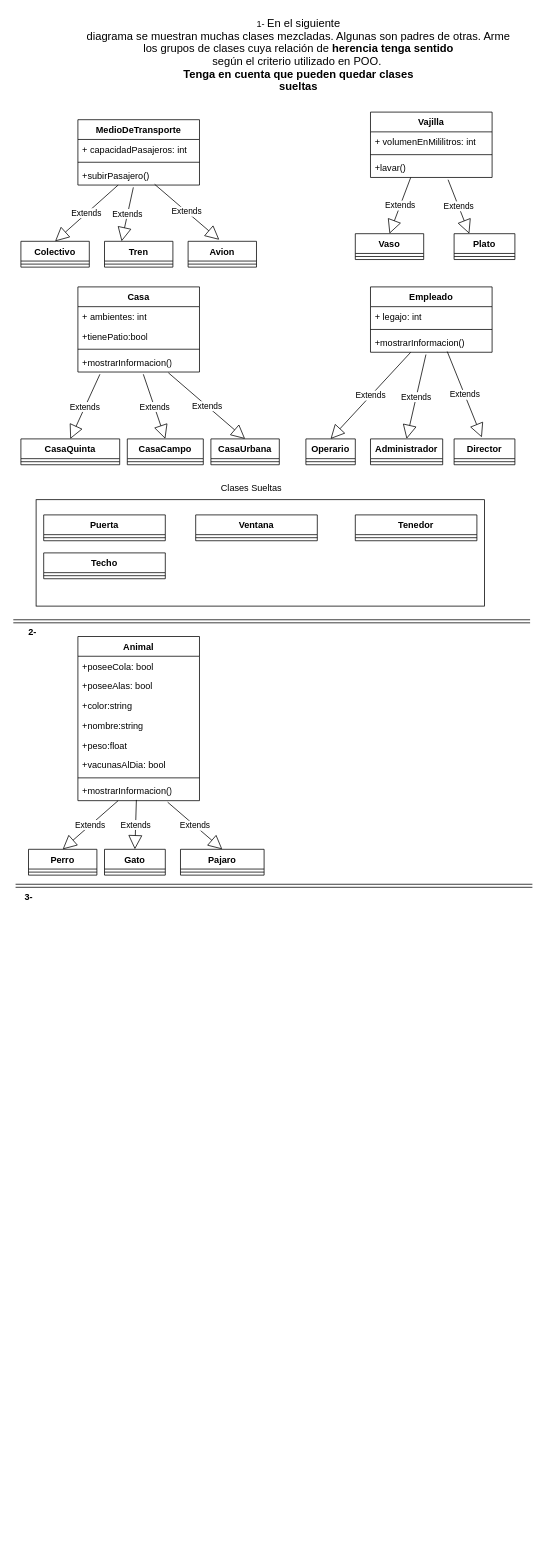
This is OrdenarClases.drawio from monick96/diagramasVarios, a draw.io file, before an edit. Source tidied: cells renumbered, new cells numbered last; positions are measured from the earlier drawing's top-left corner, leaving out a move shared by most shapes. Both pictures are drawn from the tidied source at 76%, with x=0, y=0 at pixel (13, 13).
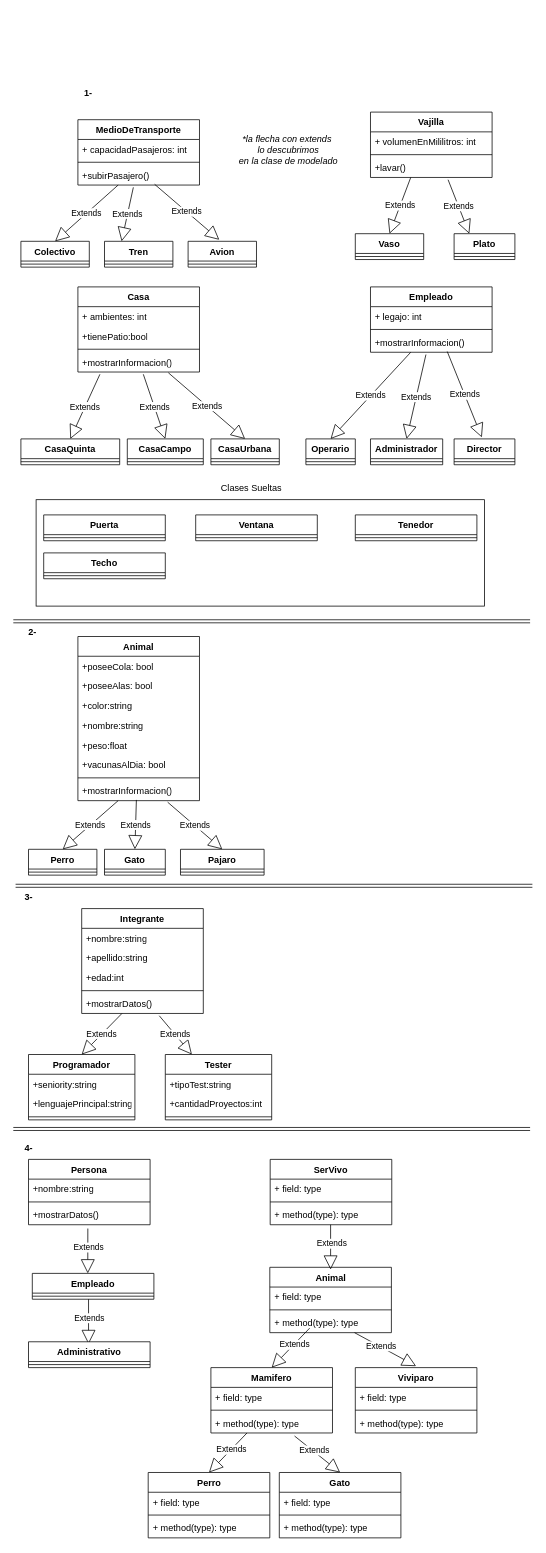
Above is the later version.

What changed in the source:
```diff
@@
-    <mxCell id="62" value="1-&amp;nbsp;&lt;span style=&quot;font-size:11.0pt;line-height:115%;&lt;br/&gt;font-family:&amp;quot;Calibri&amp;quot;,&amp;quot;sans-serif&amp;quot;;mso-fareast-font-family:Calibri;mso-ansi-language:&lt;br/&gt;ES-AR;mso-fareast-language:ES-AR;mso-bidi-language:AR-SA&quot;&gt;En el siguiente&lt;br/&gt;diagrama se muestran muchas clases mezcladas. Algunas son padres de otras. Arme&lt;br/&gt;los grupos de clases cuya relación de &lt;b&gt;herencia&lt;/b&gt; &lt;b&gt;tenga&lt;/b&gt; &lt;b&gt;sentido&lt;/b&gt;&lt;br/&gt;según el criterio utilizado en POO.&amp;nbsp;&lt;/span&gt;&lt;div&gt;&lt;span style=&quot;font-size:11.0pt;line-height:115%;&lt;br/&gt;font-family:&amp;quot;Calibri&amp;quot;,&amp;quot;sans-serif&amp;quot;;mso-fareast-font-family:Calibri;mso-ansi-language:&lt;br/&gt;ES-AR;mso-fareast-language:ES-AR;mso-bidi-language:AR-SA&quot;&gt;&lt;b&gt;Tenga en cuenta que pueden quedar clases&lt;br/&gt;sueltas&lt;/b&gt;&lt;/span&gt;&lt;/div&gt;" style="text;html=1;align=center;verticalAlign=middle;strokeColor=none;fillColor=none;" parent="1" vertex="1">
-      <mxGeometry x="85" width="580" height="110" as="geometry" />
+    <mxCell id="62" value="&lt;b&gt;1-&amp;nbsp;&lt;/b&gt;" style="text;html=1;align=center;verticalAlign=middle;strokeColor=none;fillColor=none;" parent="1" vertex="1">
+      <mxGeometry x="80" y="90" width="40" height="30" as="geometry" />
     </mxCell>
@@
+    <mxCell id="85" value="Integrante" style="swimlane;fontStyle=1;align=center;verticalAlign=top;horizontal=1;startSize=26;whiteSpace=wrap;html=1;" parent="1" vertex="1">
+      <mxGeometry x="90" y="1178" width="160" height="138" as="geometry" />
+    </mxCell>
+    <mxCell id="86" value="+nombre:string" style="text;strokeColor=none;fillColor=none;align=left;verticalAlign=top;spacingLeft=4;spacingRight=4;overflow=hidden;whiteSpace=wrap;html=1;" parent="85" vertex="1">
+      <mxGeometry y="26" width="160" height="26" as="geometry" />
+    </mxCell>
+    <mxCell id="87" value="+apellido:string" style="text;strokeColor=none;fillColor=none;align=left;verticalAlign=top;spacingLeft=4;spacingRight=4;overflow=hidden;whiteSpace=wrap;html=1;" parent="85" vertex="1">
+      <mxGeometry y="52" width="160" height="26" as="geometry" />
+    </mxCell>
+    <mxCell id="88" value="+edad:int" style="text;strokeColor=none;fillColor=none;align=left;verticalAlign=top;spacingLeft=4;spacingRight=4;overflow=hidden;whiteSpace=wrap;html=1;" parent="85" vertex="1">
+      <mxGeometry y="78" width="160" height="26" as="geometry" />
+    </mxCell>
+    <mxCell id="89" style="line;strokeWidth=1;fillColor=none;align=left;verticalAlign=middle;spacingTop=-1;spacingLeft=3;spacingRight=3;labelPosition=right;strokeColor=inherit;" parent="85" vertex="1">
+      <mxGeometry y="104" width="160" height="8" as="geometry" />
+    </mxCell>
+    <mxCell id="90" value="+mostrarDatos()" style="text;strokeColor=none;fillColor=none;align=left;verticalAlign=top;spacingLeft=4;spacingRight=4;overflow=hidden;points=[[0,0.5],[1,0.5]];portConstraint=eastwest;whiteSpace=wrap;html=1;" parent="85" vertex="1">
+      <mxGeometry y="112" width="160" height="26" as="geometry" />
+    </mxCell>
+    <mxCell id="91" value="Programador" style="swimlane;fontStyle=1;align=center;verticalAlign=top;horizontal=1;startSize=26;whiteSpace=wrap;html=1;" parent="1" vertex="1">
+      <mxGeometry x="20" y="1370" width="140" height="86" as="geometry" />
+    </mxCell>
+    <mxCell id="92" value="+seniority:string" style="text;strokeColor=none;fillColor=none;align=left;verticalAlign=top;spacingLeft=4;spacingRight=4;overflow=hidden;whiteSpace=wrap;html=1;" parent="91" vertex="1">
+      <mxGeometry y="26" width="140" height="26" as="geometry" />
+    </mxCell>
+    <mxCell id="93" value="+lenguajePrincipal:string" style="text;strokeColor=none;fillColor=none;align=left;verticalAlign=top;spacingLeft=4;spacingRight=4;overflow=hidden;whiteSpace=wrap;html=1;" parent="91" vertex="1">
+      <mxGeometry y="52" width="140" height="26" as="geometry" />
+    </mxCell>
+    <mxCell id="94" style="line;strokeWidth=1;fillColor=none;align=left;verticalAlign=middle;spacingTop=-1;spacingLeft=3;spacingRight=3;labelPosition=right;strokeColor=inherit;" parent="91" vertex="1">
+      <mxGeometry y="78" width="140" height="8" as="geometry" />
+    </mxCell>
+    <mxCell id="95" value="Extends" style="endArrow=block;endSize=16;endFill=0;html=1;rounded=0;entryX=0.25;entryY=0;entryDx=0;entryDy=0;exitX=0.638;exitY=1.115;exitDx=0;exitDy=0;exitPerimeter=0;" parent="1" edge="1" source="90" target="96">
+      <mxGeometry relative="1" as="geometry" />
+    </mxCell>
+    <mxCell id="96" value="Tester" style="swimlane;fontStyle=1;align=center;verticalAlign=top;horizontal=1;startSize=26;whiteSpace=wrap;html=1;" parent="1" vertex="1">
+      <mxGeometry x="200" y="1370" width="140" height="86" as="geometry" />
+    </mxCell>
+    <mxCell id="97" value="+tipoTest:string" style="text;strokeColor=none;fillColor=none;align=left;verticalAlign=top;spacingLeft=4;spacingRight=4;overflow=hidden;whiteSpace=wrap;html=1;" parent="96" vertex="1">
+      <mxGeometry y="26" width="140" height="26" as="geometry" />
+    </mxCell>
+    <mxCell id="98" value="+cantidadProyectos:int" style="text;strokeColor=none;fillColor=none;align=left;verticalAlign=top;spacingLeft=4;spacingRight=4;overflow=hidden;whiteSpace=wrap;html=1;" parent="96" vertex="1">
+      <mxGeometry y="52" width="140" height="26" as="geometry" />
+    </mxCell>
+    <mxCell id="99" style="line;strokeWidth=1;fillColor=none;align=left;verticalAlign=middle;spacingTop=-1;spacingLeft=3;spacingRight=3;labelPosition=right;strokeColor=inherit;" parent="96" vertex="1">
+      <mxGeometry y="78" width="140" height="8" as="geometry" />
+    </mxCell>
+    <mxCell id="100" value="Extends" style="endArrow=block;endSize=16;endFill=0;html=1;rounded=0;entryX=0.5;entryY=0;entryDx=0;entryDy=0;exitX=0.331;exitY=1;exitDx=0;exitDy=0;exitPerimeter=0;" parent="1" edge="1" source="90" target="91">
+      <mxGeometry relative="1" as="geometry" />
+    </mxCell>
+    <mxCell id="101" value="&lt;i&gt;*la flecha con extends&lt;/i&gt;&lt;div&gt;&lt;i&gt;&amp;nbsp;lo descubrimos&lt;/i&gt;&lt;div&gt;&lt;i&gt;&amp;nbsp;en la clase de modelado&lt;/i&gt;&lt;/div&gt;&lt;/div&gt;" style="text;html=1;align=center;verticalAlign=middle;strokeColor=none;fillColor=none;" parent="1" vertex="1">
+      <mxGeometry x="280" y="150" width="160" height="60" as="geometry" />
+    </mxCell>
+    <mxCell id="102" style="shape=link;html=1;rounded=0;" parent="1" edge="1">
+      <mxGeometry relative="1" as="geometry">
+        <mxPoint y="1468" as="sourcePoint" />
+        <mxPoint x="680" y="1468" as="targetPoint" />
+      </mxGeometry>
+    </mxCell>
+    <mxCell id="103" value="&lt;b&gt;4-&lt;/b&gt;" style="text;html=1;align=center;verticalAlign=middle;strokeColor=none;fillColor=none;" parent="1" vertex="1">
+      <mxGeometry x="5" y="1478" width="30" height="30" as="geometry" />
+    </mxCell>
+    <mxCell id="104" value="Persona" style="swimlane;fontStyle=1;align=center;verticalAlign=top;horizontal=1;startSize=26;whiteSpace=wrap;html=1;" parent="1" vertex="1">
+      <mxGeometry x="20" y="1508" width="160" height="86" as="geometry" />
+    </mxCell>
+    <mxCell id="105" value="+nombre:string" style="text;strokeColor=none;fillColor=none;align=left;verticalAlign=top;spacingLeft=4;spacingRight=4;overflow=hidden;whiteSpace=wrap;html=1;" parent="104" vertex="1">
+      <mxGeometry y="26" width="160" height="26" as="geometry" />
+    </mxCell>
+    <mxCell id="106" style="line;strokeWidth=1;fillColor=none;align=left;verticalAlign=middle;spacingTop=-1;spacingLeft=3;spacingRight=3;labelPosition=right;strokeColor=inherit;" parent="104" vertex="1">
+      <mxGeometry y="52" width="160" height="8" as="geometry" />
+    </mxCell>
+    <mxCell id="107" value="+mostrarDatos()" style="text;strokeColor=none;fillColor=none;align=left;verticalAlign=top;spacingLeft=4;spacingRight=4;overflow=hidden;points=[[0,0.5],[1,0.5]];portConstraint=eastwest;whiteSpace=wrap;html=1;" parent="104" vertex="1">
+      <mxGeometry y="60" width="160" height="26" as="geometry" />
+    </mxCell>
+    <mxCell id="108" value="Extends" style="endArrow=block;endSize=16;endFill=0;html=1;rounded=0;exitX=0.488;exitY=1.192;exitDx=0;exitDy=0;exitPerimeter=0;" parent="1" edge="1" source="107">
+      <mxGeometry x="-0.16" y="1" relative="1" as="geometry">
+        <mxPoint x="98" y="1658" as="targetPoint" />
+      </mxGeometry>
+    </mxCell>
+    <mxCell id="109" value="Empleado" style="swimlane;fontStyle=1;align=center;verticalAlign=top;horizontal=1;startSize=26;whiteSpace=wrap;html=1;" parent="1" vertex="1">
+      <mxGeometry x="25" y="1658" width="160" height="34" as="geometry" />
+    </mxCell>
+    <mxCell id="110" style="line;strokeWidth=1;fillColor=none;align=left;verticalAlign=middle;spacingTop=-1;spacingLeft=3;spacingRight=3;labelPosition=right;strokeColor=inherit;" parent="109" vertex="1">
+      <mxGeometry y="26" width="160" height="8" as="geometry" />
+    </mxCell>
+    <mxCell id="111" value="Extends" style="endArrow=block;endSize=16;endFill=0;html=1;rounded=0;exitX=0.488;exitY=1.192;exitDx=0;exitDy=0;exitPerimeter=0;" parent="1" edge="1">
+      <mxGeometry x="-0.16" y="1" relative="1" as="geometry">
+        <mxPoint x="99" y="1692" as="sourcePoint" />
+        <mxPoint x="99" y="1751" as="targetPoint" />
+      </mxGeometry>
+    </mxCell>
+    <mxCell id="112" value="Administrativo" style="swimlane;fontStyle=1;align=center;verticalAlign=top;horizontal=1;startSize=26;whiteSpace=wrap;html=1;" parent="1" vertex="1">
+      <mxGeometry x="20" y="1748" width="160" height="34" as="geometry" />
+    </mxCell>
+    <mxCell id="113" style="line;strokeWidth=1;fillColor=none;align=left;verticalAlign=middle;spacingTop=-1;spacingLeft=3;spacingRight=3;labelPosition=right;strokeColor=inherit;" parent="112" vertex="1">
+      <mxGeometry y="26" width="160" height="8" as="geometry" />
+    </mxCell>
+    <mxCell id="114" value="SerVivo" style="swimlane;fontStyle=1;align=center;verticalAlign=top;horizontal=1;startSize=26;whiteSpace=wrap;html=1;" parent="1" vertex="1">
+      <mxGeometry x="338" y="1508" width="160" height="86" as="geometry" />
+    </mxCell>
+    <mxCell id="115" value="+ field: type" style="text;strokeColor=none;fillColor=none;align=left;verticalAlign=top;spacingLeft=4;spacingRight=4;overflow=hidden;whiteSpace=wrap;html=1;" parent="114" vertex="1">
+      <mxGeometry y="26" width="160" height="26" as="geometry" />
+    </mxCell>
+    <mxCell id="116" style="line;strokeWidth=1;fillColor=none;align=left;verticalAlign=middle;spacingTop=-1;spacingLeft=3;spacingRight=3;labelPosition=right;strokeColor=inherit;" parent="114" vertex="1">
+      <mxGeometry y="52" width="160" height="8" as="geometry" />
+    </mxCell>
+    <mxCell id="117" value="+ method(type): type" style="text;strokeColor=none;fillColor=none;align=left;verticalAlign=top;spacingLeft=4;spacingRight=4;overflow=hidden;whiteSpace=wrap;html=1;" parent="114" vertex="1">
+      <mxGeometry y="60" width="160" height="26" as="geometry" />
+    </mxCell>
+    <mxCell id="118" value="Animal" style="swimlane;fontStyle=1;align=center;verticalAlign=top;horizontal=1;startSize=26;whiteSpace=wrap;html=1;" parent="1" vertex="1">
+      <mxGeometry x="337.5" y="1650" width="160" height="86" as="geometry" />
+    </mxCell>
+    <mxCell id="119" value="+ field: type" style="text;strokeColor=none;fillColor=none;align=left;verticalAlign=top;spacingLeft=4;spacingRight=4;overflow=hidden;whiteSpace=wrap;html=1;" parent="118" vertex="1">
+      <mxGeometry y="26" width="160" height="26" as="geometry" />
+    </mxCell>
+    <mxCell id="120" style="line;strokeWidth=1;fillColor=none;align=left;verticalAlign=middle;spacingTop=-1;spacingLeft=3;spacingRight=3;labelPosition=right;strokeColor=inherit;" parent="118" vertex="1">
+      <mxGeometry y="52" width="160" height="8" as="geometry" />
+    </mxCell>
+    <mxCell id="121" value="+ method(type): type" style="text;strokeColor=none;fillColor=none;align=left;verticalAlign=top;spacingLeft=4;spacingRight=4;overflow=hidden;whiteSpace=wrap;html=1;" parent="118" vertex="1">
+      <mxGeometry y="60" width="160" height="26" as="geometry" />
+    </mxCell>
+    <mxCell id="122" value="Extends" style="endArrow=block;endSize=16;endFill=0;html=1;rounded=0;exitX=0.488;exitY=1.192;exitDx=0;exitDy=0;exitPerimeter=0;" parent="1" edge="1">
+      <mxGeometry x="-0.16" y="1" relative="1" as="geometry">
+        <mxPoint x="417.5" y="1594" as="sourcePoint" />
+        <mxPoint x="417.5" y="1653" as="targetPoint" />
+      </mxGeometry>
+    </mxCell>
+    <mxCell id="123" value="Mamifero" style="swimlane;fontStyle=1;align=center;verticalAlign=top;horizontal=1;startSize=26;whiteSpace=wrap;html=1;" parent="1" vertex="1">
+      <mxGeometry x="260" y="1782" width="160" height="86" as="geometry" />
+    </mxCell>
+    <mxCell id="124" value="Extends" style="endArrow=block;endSize=16;endFill=0;html=1;rounded=0;exitX=0.488;exitY=1.192;exitDx=0;exitDy=0;exitPerimeter=0;entryX=0.5;entryY=0;entryDx=0;entryDy=0;" parent="123" edge="1" target="123">
+      <mxGeometry x="-0.16" y="1" relative="1" as="geometry">
+        <mxPoint x="130" y="-52" as="sourcePoint" />
+      </mxGeometry>
+    </mxCell>
+    <mxCell id="125" value="+ field: type" style="text;strokeColor=none;fillColor=none;align=left;verticalAlign=top;spacingLeft=4;spacingRight=4;overflow=hidden;whiteSpace=wrap;html=1;" parent="123" vertex="1">
+      <mxGeometry y="26" width="160" height="26" as="geometry" />
+    </mxCell>
+    <mxCell id="126" style="line;strokeWidth=1;fillColor=none;align=left;verticalAlign=middle;spacingTop=-1;spacingLeft=3;spacingRight=3;labelPosition=right;strokeColor=inherit;" parent="123" vertex="1">
+      <mxGeometry y="52" width="160" height="8" as="geometry" />
+    </mxCell>
+    <mxCell id="127" value="+ method(type): type" style="text;strokeColor=none;fillColor=none;align=left;verticalAlign=top;spacingLeft=4;spacingRight=4;overflow=hidden;points=[[0,0.5],[1,0.5]];portConstraint=eastwest;whiteSpace=wrap;html=1;" parent="123" vertex="1">
+      <mxGeometry y="60" width="160" height="26" as="geometry" />
+    </mxCell>
+    <mxCell id="128" value="Viviparo" style="swimlane;fontStyle=1;align=center;verticalAlign=top;horizontal=1;startSize=26;whiteSpace=wrap;html=1;" parent="1" vertex="1">
+      <mxGeometry x="450" y="1782" width="160" height="86" as="geometry" />
+    </mxCell>
+    <mxCell id="129" value="+ field: type" style="text;strokeColor=none;fillColor=none;align=left;verticalAlign=top;spacingLeft=4;spacingRight=4;overflow=hidden;whiteSpace=wrap;html=1;" parent="128" vertex="1">
+      <mxGeometry y="26" width="160" height="26" as="geometry" />
+    </mxCell>
+    <mxCell id="130" style="line;strokeWidth=1;fillColor=none;align=left;verticalAlign=middle;spacingTop=-1;spacingLeft=3;spacingRight=3;labelPosition=right;strokeColor=inherit;" parent="128" vertex="1">
+      <mxGeometry y="52" width="160" height="8" as="geometry" />
+    </mxCell>
+    <mxCell id="131" value="+ method(type): type" style="text;strokeColor=none;fillColor=none;align=left;verticalAlign=top;spacingLeft=4;spacingRight=4;overflow=hidden;whiteSpace=wrap;html=1;" parent="128" vertex="1">
+      <mxGeometry y="60" width="160" height="26" as="geometry" />
+    </mxCell>
+    <mxCell id="132" value="Extends" style="endArrow=block;endSize=16;endFill=0;html=1;rounded=0;exitX=0.488;exitY=1.192;exitDx=0;exitDy=0;exitPerimeter=0;" parent="1" edge="1">
+      <mxGeometry x="-0.16" y="1" relative="1" as="geometry">
+        <mxPoint x="449" y="1736" as="sourcePoint" />
+        <mxPoint x="530" y="1780" as="targetPoint" />
+      </mxGeometry>
+    </mxCell>
+    <mxCell id="133" value="Perro" style="swimlane;fontStyle=1;align=center;verticalAlign=top;horizontal=1;startSize=26;whiteSpace=wrap;html=1;" parent="1" vertex="1">
+      <mxGeometry x="177.5" y="1920" width="160" height="86" as="geometry" />
+    </mxCell>
+    <mxCell id="134" value="Extends" style="endArrow=block;endSize=16;endFill=0;html=1;rounded=0;exitX=0.488;exitY=1.192;exitDx=0;exitDy=0;exitPerimeter=0;entryX=0.5;entryY=0;entryDx=0;entryDy=0;" parent="133" edge="1" target="133">
+      <mxGeometry x="-0.16" y="1" relative="1" as="geometry">
+        <mxPoint x="130" y="-52" as="sourcePoint" />
+      </mxGeometry>
+    </mxCell>
+    <mxCell id="135" value="+ field: type" style="text;strokeColor=none;fillColor=none;align=left;verticalAlign=top;spacingLeft=4;spacingRight=4;overflow=hidden;whiteSpace=wrap;html=1;" parent="133" vertex="1">
+      <mxGeometry y="26" width="160" height="26" as="geometry" />
+    </mxCell>
+    <mxCell id="136" style="line;strokeWidth=1;fillColor=none;align=left;verticalAlign=middle;spacingTop=-1;spacingLeft=3;spacingRight=3;labelPosition=right;strokeColor=inherit;" parent="133" vertex="1">
+      <mxGeometry y="52" width="160" height="8" as="geometry" />
+    </mxCell>
+    <mxCell id="137" value="+ method(type): type" style="text;strokeColor=none;fillColor=none;align=left;verticalAlign=top;spacingLeft=4;spacingRight=4;overflow=hidden;whiteSpace=wrap;html=1;" parent="133" vertex="1">
+      <mxGeometry y="60" width="160" height="26" as="geometry" />
+    </mxCell>
+    <mxCell id="138" value="Gato" style="swimlane;fontStyle=1;align=center;verticalAlign=top;horizontal=1;startSize=26;whiteSpace=wrap;html=1;" parent="1" vertex="1">
+      <mxGeometry x="350" y="1920" width="160" height="86" as="geometry" />
+    </mxCell>
+    <mxCell id="139" value="+ field: type" style="text;strokeColor=none;fillColor=none;align=left;verticalAlign=top;spacingLeft=4;spacingRight=4;overflow=hidden;whiteSpace=wrap;html=1;" parent="138" vertex="1">
+      <mxGeometry y="26" width="160" height="26" as="geometry" />
+    </mxCell>
+    <mxCell id="140" style="line;strokeWidth=1;fillColor=none;align=left;verticalAlign=middle;spacingTop=-1;spacingLeft=3;spacingRight=3;labelPosition=right;strokeColor=inherit;" parent="138" vertex="1">
+      <mxGeometry y="52" width="160" height="8" as="geometry" />
+    </mxCell>
+    <mxCell id="141" value="+ method(type): type" style="text;strokeColor=none;fillColor=none;align=left;verticalAlign=top;spacingLeft=4;spacingRight=4;overflow=hidden;whiteSpace=wrap;html=1;" parent="138" vertex="1">
+      <mxGeometry y="60" width="160" height="26" as="geometry" />
+    </mxCell>
+    <mxCell id="142" value="Extends" style="endArrow=block;endSize=16;endFill=0;html=1;rounded=0;exitX=0.688;exitY=1.154;exitDx=0;exitDy=0;exitPerimeter=0;entryX=0.5;entryY=0;entryDx=0;entryDy=0;" parent="1" edge="1" source="127" target="138">
+      <mxGeometry x="-0.16" y="1" relative="1" as="geometry" />
+    </mxCell>
```
